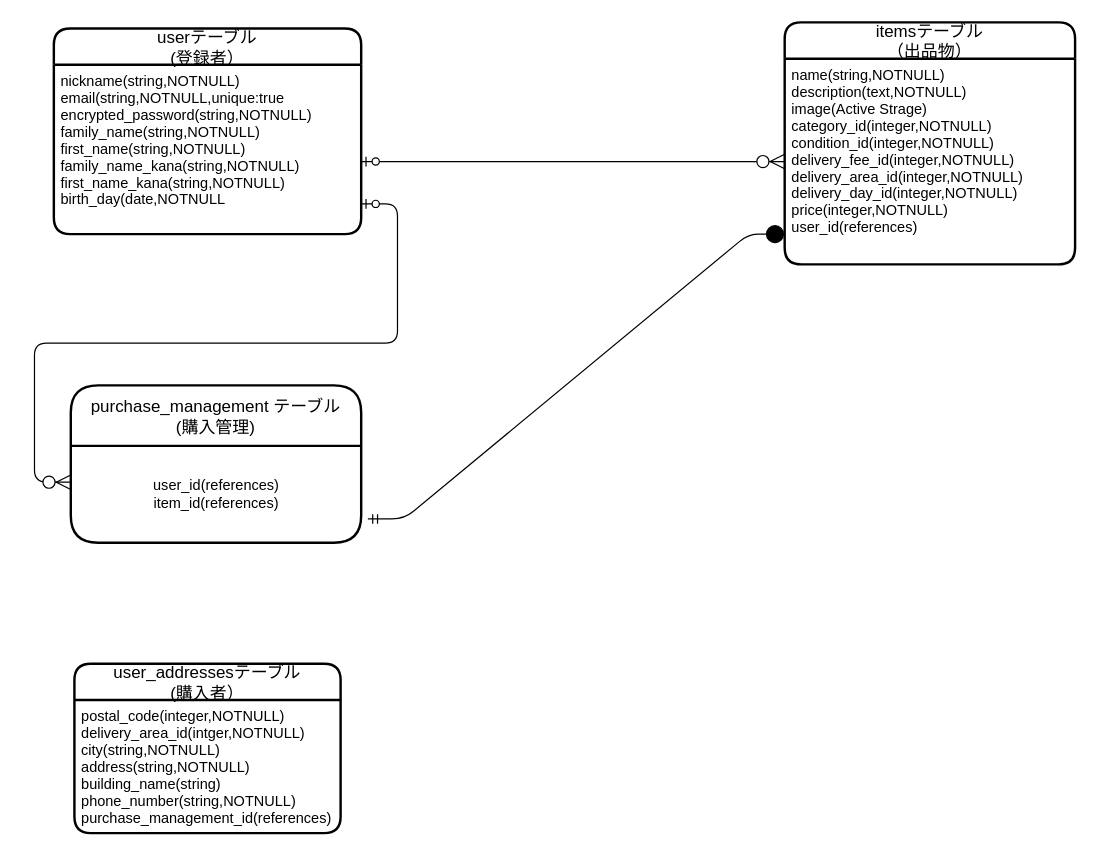
This is furima.dio from JunOno09/furima-32508, a draw.io file, before an edit. Source tidied: cells renumbered, new cells numbered last; positions are measured from the earlier drawing's top-left corner, leaving out a move shared by most shapes. Both pictures are drawn from the tidied source at 121%, with x=0, y=0 at pixel (53, 22).
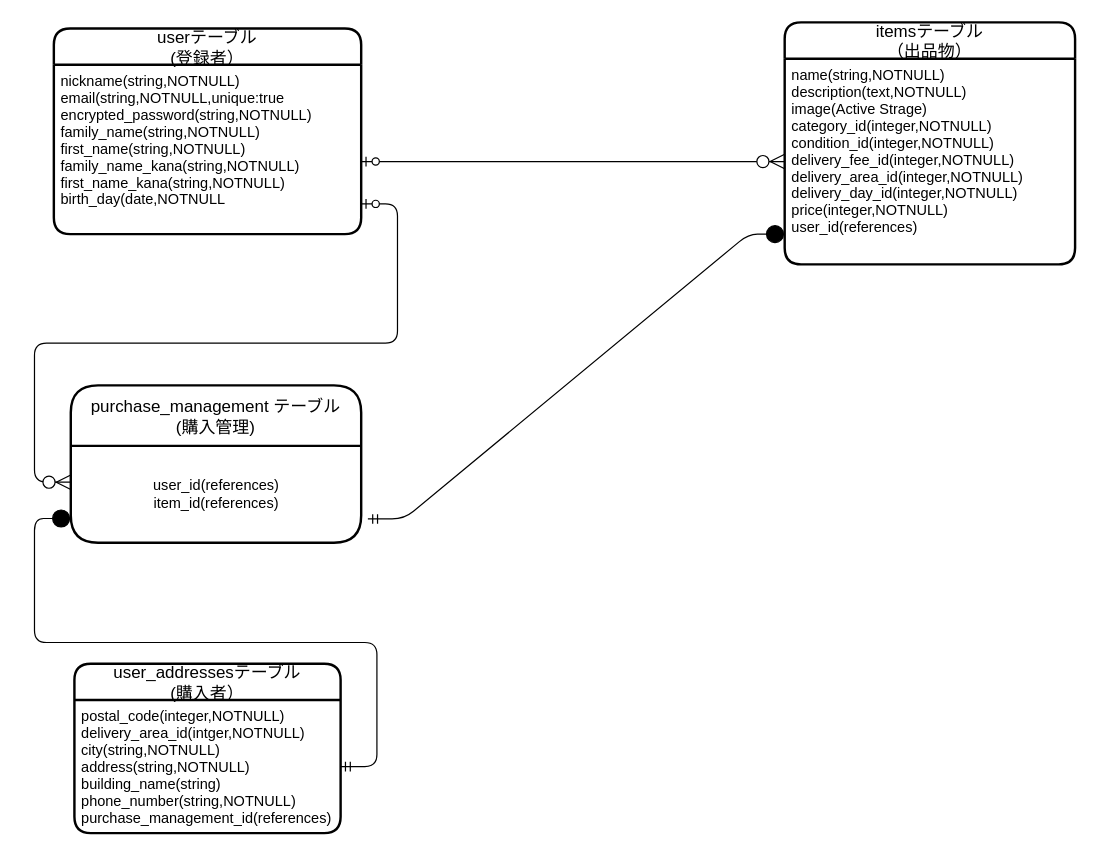
The same diagram, later.

Commit message:
よくわからんチェンジ

Change to the diagram source:
```diff
@@
 <mxGraphModel>
   <root>
     <mxCell id="0" />
     <mxCell id="1" parent="0" />
     <mxCell id="2" value="userテーブル&#10;(登録者）" style="swimlane;horizontal=1;startSize=30;rounded=1;fontSize=14;fontStyle=0;strokeWidth=2;shadow=0;dashed=0;align=center;" parent="1" vertex="1">
       <mxGeometry y="5" width="254" height="170" as="geometry" />
     </mxCell>
     <mxCell id="3" value="nickname(string,NOTNULL)&#10;email(string,NOTNULL,unique:true&#10;encrypted_password(string,NOTNULL)&#10;family_name(string,NOTNULL)&#10;first_name(string,NOTNULL)&#10;family_name_kana(string,NOTNULL)&#10;first_name_kana(string,NOTNULL)&#10;birth_day(date,NOTNULL" style="align=left;strokeColor=none;fillColor=none;spacingLeft=4;fontSize=12;verticalAlign=top;" parent="2" vertex="1">
       <mxGeometry y="30" width="254" height="140" as="geometry" />
     </mxCell>
     <mxCell id="4" value="itemsテーブル&#10;（出品物）" style="swimlane;horizontal=1;startSize=30;rounded=1;fontSize=14;fontStyle=0;strokeWidth=2;shadow=0;dashed=0;align=center;" parent="1" vertex="1">
       <mxGeometry x="604" width="240" height="200" as="geometry" />
     </mxCell>
     <mxCell id="5" value="name(string,NOTNULL)&#10;description(text,NOTNULL)&#10;image(Active Strage)&#10;category_id(integer,NOTNULL)&#10;condition_id(integer,NOTNULL)&#10;delivery_fee_id(integer,NOTNULL)&#10;delivery_area_id(integer,NOTNULL)&#10;delivery_day_id(integer,NOTNULL)&#10;price(integer,NOTNULL)&#10;user_id(references)&#10;" style="align=left;strokeColor=none;fillColor=none;spacingLeft=4;fontSize=12;verticalAlign=top;" parent="4" vertex="1">
       <mxGeometry y="30" width="240" height="170" as="geometry" />
     </mxCell>
     <mxCell id="6" value="purchase_management テーブル&#10;(購入管理)" style="swimlane;horizontal=1;startSize=50;rounded=1;fontSize=14;fontStyle=0;strokeWidth=2;shadow=0;dashed=0;align=center;" parent="1" vertex="1">
       <mxGeometry x="14" y="300" width="240" height="130" as="geometry" />
     </mxCell>
     <mxCell id="7" value="&lt;span style=&quot;text-align: left&quot;&gt;user_id(references)&lt;br&gt;&lt;/span&gt;&lt;span style=&quot;text-align: left&quot;&gt;item_id(references)&lt;/span&gt;&lt;span style=&quot;text-align: left&quot;&gt;&lt;br&gt;&lt;/span&gt;" style="text;html=1;align=center;verticalAlign=middle;points=[];" parent="6" vertex="1">
       <mxGeometry y="50" width="240" height="80" as="geometry" />
     </mxCell>
     <mxCell id="8" value="user_addressesテーブル&#10;(購入者）" style="swimlane;horizontal=1;startSize=30;rounded=1;fontSize=14;fontStyle=0;strokeWidth=2;shadow=0;dashed=0;align=center;" parent="1" vertex="1">
       <mxGeometry x="17" y="530" width="220" height="140" as="geometry" />
     </mxCell>
     <mxCell id="9" value="postal_code(integer,NOTNULL)&#10;delivery_area_id(intger,NOTNULL)&#10;city(string,NOTNULL)&#10;address(string,NOTNULL)&#10;building_name(string)&#10;phone_number(string,NOTNULL)&#10;purchase_management_id(references)" style="align=left;strokeColor=none;fillColor=none;spacingLeft=4;fontSize=12;verticalAlign=top;" parent="8" vertex="1">
       <mxGeometry y="30" width="220" height="110" as="geometry" />
     </mxCell>
     <mxCell id="10" style="edgeStyle=entityRelationEdgeStyle;fontSize=12;html=1;endArrow=ERzeroToMany;startArrow=ERzeroToOne;entryX=0;entryY=0.5;entryDx=0;entryDy=0;strokeWidth=1;endSize=10;" parent="1" edge="1" target="5">
       <mxGeometry relative="1" as="geometry">
         <mxPoint x="254" y="115" as="sourcePoint" />
       </mxGeometry>
     </mxCell>
     <mxCell id="11" style="edgeStyle=entityRelationEdgeStyle;fontSize=12;html=1;endArrow=ERzeroToMany;startArrow=ERzeroToOne;strokeWidth=1;endSize=10;" parent="1" edge="1">
       <mxGeometry relative="1" as="geometry">
         <mxPoint x="254" y="150" as="sourcePoint" />
         <mxPoint x="14" y="380" as="targetPoint" />
       </mxGeometry>
     </mxCell>
     <mxCell id="12" style="edgeStyle=entityRelationEdgeStyle;fontSize=12;html=1;endArrow=circle;startArrow=ERmandOne;strokeWidth=1;exitX=1.023;exitY=0.755;exitDx=0;exitDy=0;exitPerimeter=0;endFill=1;" parent="1" edge="1" source="7">
       <mxGeometry relative="1" as="geometry">
         <mxPoint x="604" y="175" as="targetPoint" />
       </mxGeometry>
     </mxCell>
+    <mxCell id="13" style="edgeStyle=entityRelationEdgeStyle;fontSize=12;html=1;endArrow=circle;startArrow=ERmandOne;strokeWidth=1;exitX=1;exitY=0.5;exitDx=0;exitDy=0;endFill=1;" parent="1" edge="1" source="9">
+      <mxGeometry relative="1" as="geometry">
+        <mxPoint x="14" y="410" as="targetPoint" />
+      </mxGeometry>
+    </mxCell>
   </root>
 </mxGraphModel>
```
